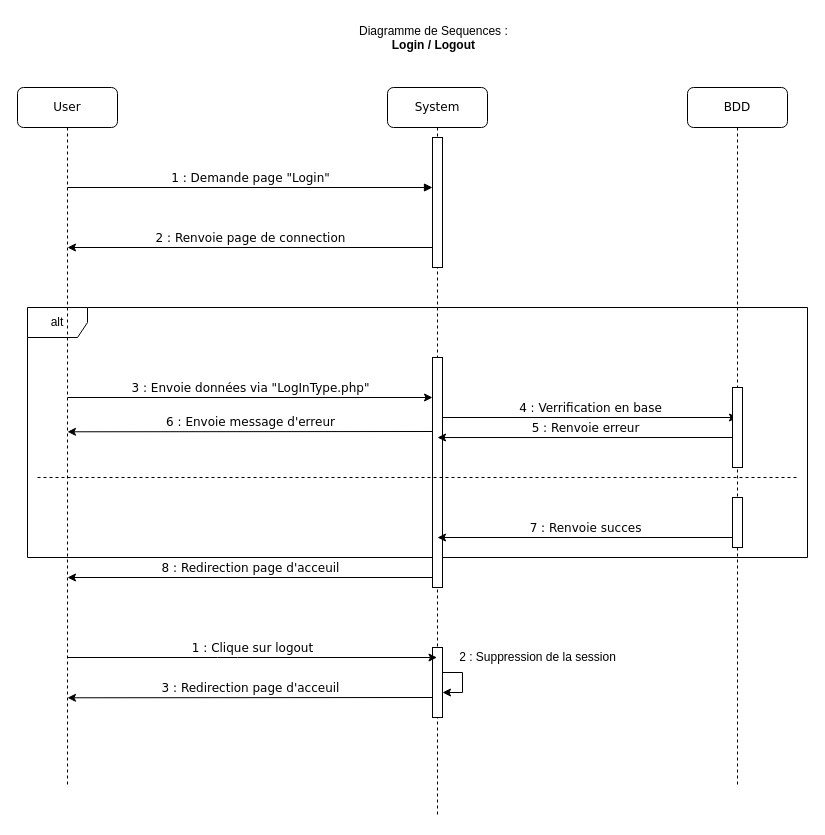
Above: UMLs/Sequence/DiagrammeSequenceLoginLogout.drawio in erreur4045/symfony (draw.io), before the change. Source tidied: cells renumbered, new cells numbered last; positions are measured from the earlier drawing's top-left corner, leaving out a move shared by most shapes. Both pictures are drawn from the tidied source at 100%, with x=0, y=0 at pixel (17, 17).
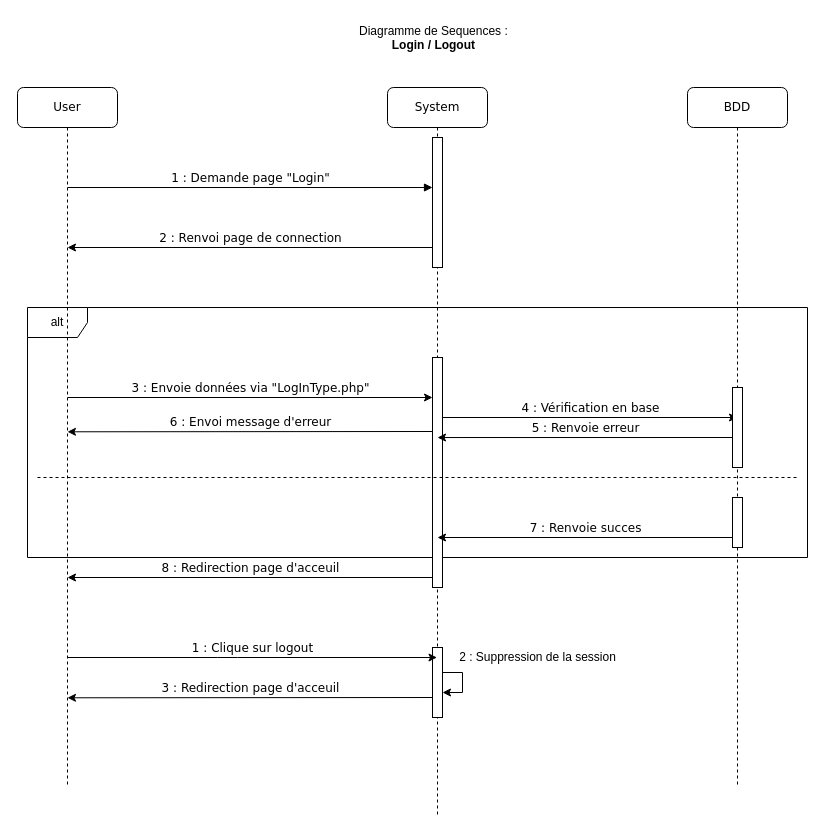
After the change.

What changed in the source:
```diff
@@
-    <mxCell id="12" value="2 : Renvoie page de connection" style="html=1;verticalAlign=bottom;endArrow=none;labelBackgroundColor=none;fontFamily=Verdana;fontSize=12;edgeStyle=elbowEdgeStyle;elbow=vertical;startArrow=classic;startFill=1;endFill=0;" parent="1" edge="1">
+    <mxCell id="12" value="2 : Renvoi page de connection" style="html=1;verticalAlign=bottom;endArrow=none;labelBackgroundColor=none;fontFamily=Verdana;fontSize=12;edgeStyle=elbowEdgeStyle;elbow=vertical;startArrow=classic;startFill=1;endFill=0;" parent="1" edge="1">
       <mxGeometry relative="1" as="geometry">
         <mxPoint x="50" y="230" as="sourcePoint" />
         <mxPoint x="415" y="230" as="targetPoint" />
       </mxGeometry>
     </mxCell>
@@
-    <mxCell id="14" value="6 : Envoie message d'erreur" style="html=1;verticalAlign=bottom;endArrow=none;labelBackgroundColor=none;fontFamily=Verdana;fontSize=12;edgeStyle=elbowEdgeStyle;elbow=vertical;startArrow=classic;startFill=1;endFill=0;" parent="1" edge="1">
+    <mxCell id="14" value="6 : Envoi message d'erreur" style="html=1;verticalAlign=bottom;endArrow=none;labelBackgroundColor=none;fontFamily=Verdana;fontSize=12;edgeStyle=elbowEdgeStyle;elbow=vertical;startArrow=classic;startFill=1;endFill=0;" parent="1" edge="1">
       <mxGeometry relative="1" as="geometry">
         <mxPoint x="50" y="414.3" as="sourcePoint" />
         <mxPoint x="415" y="414.3" as="targetPoint" />
       </mxGeometry>
     </mxCell>
-    <mxCell id="15" value="4 : Verrification en base" style="html=1;verticalAlign=bottom;endArrow=classic;labelBackgroundColor=none;fontFamily=Verdana;fontSize=12;edgeStyle=elbowEdgeStyle;elbow=vertical;startArrow=none;startFill=0;endFill=1;" parent="1" edge="1">
+    <mxCell id="15" value="4 : Vérification en base" style="html=1;verticalAlign=bottom;endArrow=classic;labelBackgroundColor=none;fontFamily=Verdana;fontSize=12;edgeStyle=elbowEdgeStyle;elbow=vertical;startArrow=none;startFill=0;endFill=1;" parent="1" edge="1">
       <mxGeometry relative="1" as="geometry">
         <mxPoint x="425" y="400" as="sourcePoint" />
         <mxPoint x="720" y="400" as="targetPoint" />
       </mxGeometry>
     </mxCell>
```
